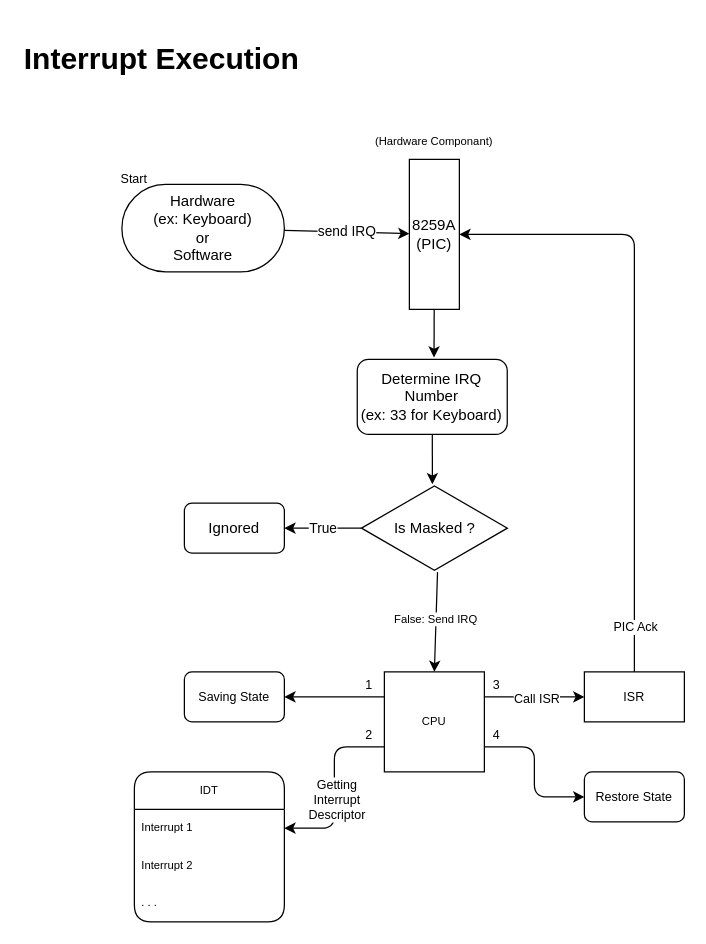
lucocozz/kfs keeps this draw.io diagram as kernel/system/interrupts/interrupts.dio. Above is the earlier version. Source tidied: cells renumbered, new cells numbered last; positions are measured from the earlier drawing's top-left corner, leaving out a move shared by most shapes. Both pictures are drawn from the tidied source at 125%, with x=0, y=0 at pixel (21, 34).
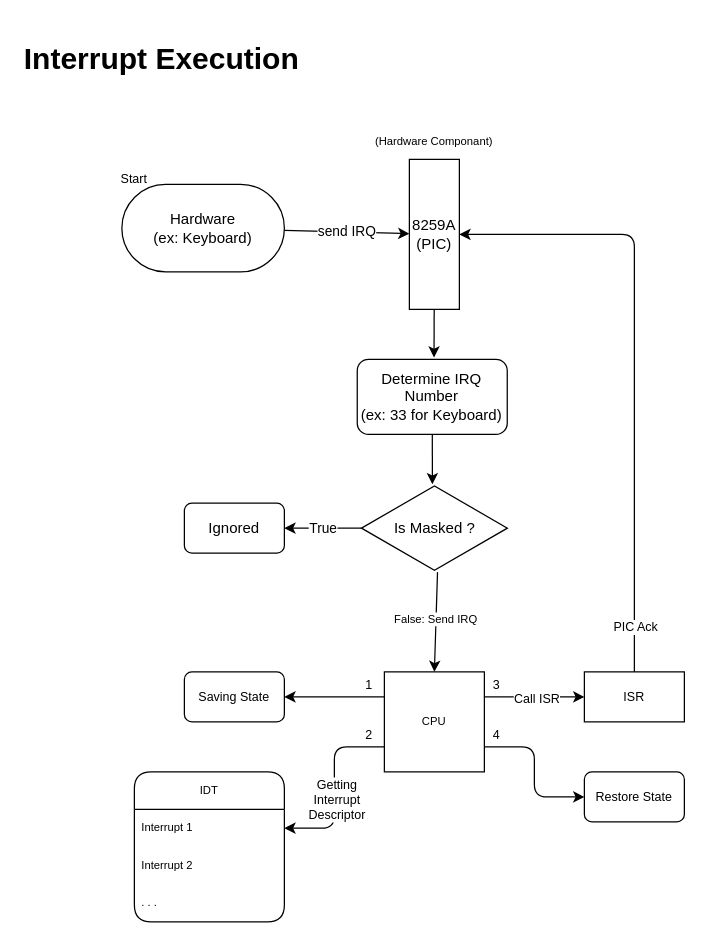
Above is the later version.

Change to the diagram source:
```diff
@@
-    <mxCell id="4" value="Hardware&lt;br&gt;(ex: Keyboard)&lt;br&gt;or&lt;br&gt;Software" style="rounded=1;whiteSpace=wrap;html=1;direction=west;rotation=0;perimeterSpacing=0;arcSize=50;" parent="1" vertex="1">
+    <mxCell id="4" value="Hardware&lt;br&gt;(ex: Keyboard)" style="rounded=1;whiteSpace=wrap;html=1;direction=west;rotation=0;perimeterSpacing=0;arcSize=50;" parent="1" vertex="1">
       <mxGeometry x="80" y="120" width="130" height="70" as="geometry" />
     </mxCell>
```
